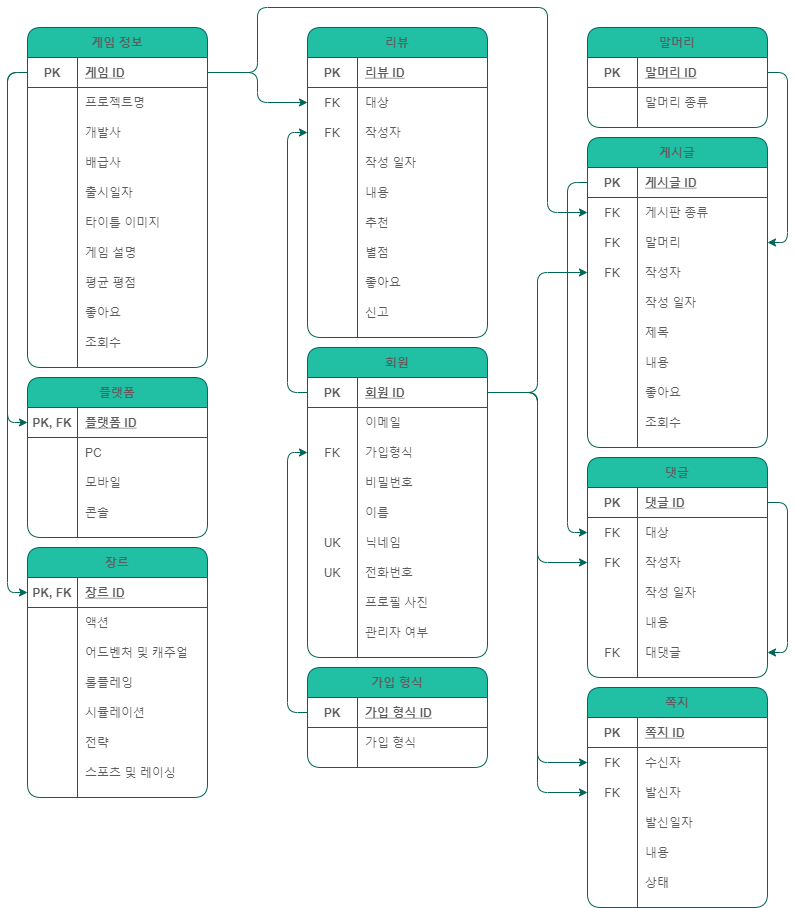
Earlier version of the draw.io export MIMIC-ERD.drawio.png (Bolgasaliee/SZ.SecondFinal-Database). Source tidied: cells renumbered, new cells last; positions are measured from the earlier drawing's top-left corner, leaving out a move shared by most shapes.
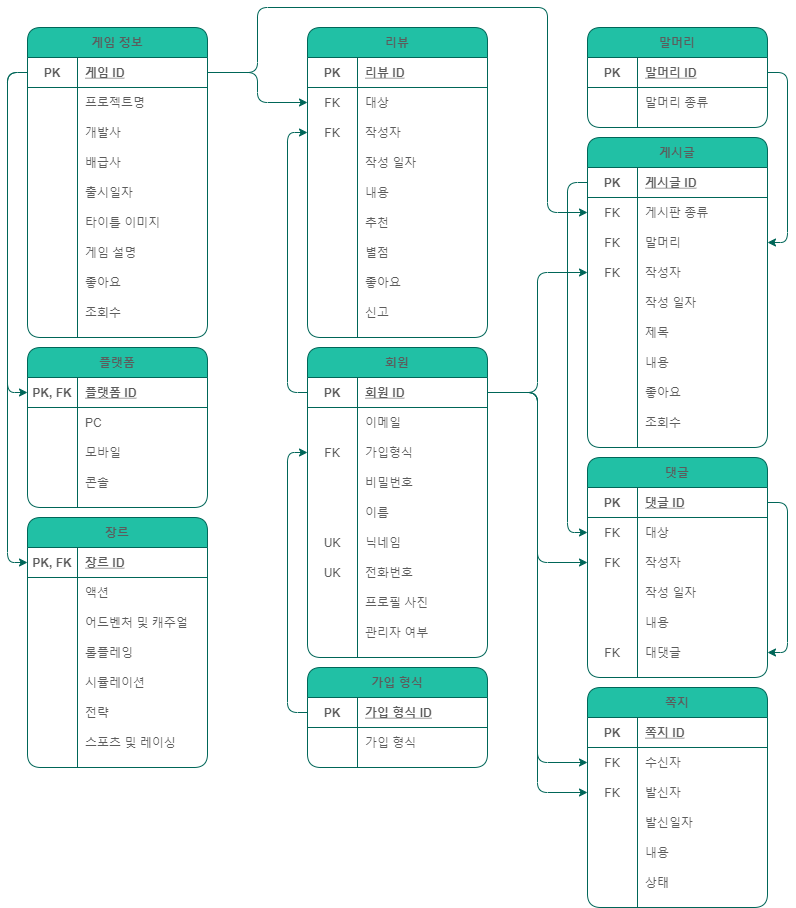
The same file after the commit.

Change to the diagram source:
```diff
@@ -288,7 +288,7 @@
       </mxGeometry>
     </mxCell>
     <mxCell id="95" value="플랫폼" style="shape=table;startSize=30;rowLines=0;fontStyle=1;align=center;fillColor=#21C0A5;strokeColor=#006658;fontColor=#5C5C5C;rounded=1;" parent="1" vertex="1">
-      <mxGeometry y="370" width="180" height="160" as="geometry" />
+      <mxGeometry y="340" width="180" height="160" as="geometry" />
     </mxCell>
     <mxCell id="96" style="shape=partialRectangle;fillColor=none;top=0;left=0;bottom=1;right=0;points=[[0,0.5],[1,0.5]];portConstraint=eastwest;strokeColor=#006658;fontColor=#5C5C5C;rounded=1;" parent="95" vertex="1">
       <mxGeometry y="30" width="180" height="30" as="geometry" />
@@ -411,7 +411,7 @@
       <mxGeometry x="50" width="130" height="30" as="geometry" />
     </mxCell>
     <mxCell id="136" value="장르" style="shape=table;startSize=30;rowLines=0;fontStyle=1;align=center;fillColor=#21C0A5;strokeColor=#006658;fontColor=#5C5C5C;rounded=1;" parent="1" vertex="1">
-      <mxGeometry y="540" width="180" height="250" as="geometry" />
+      <mxGeometry y="510" width="180" height="250" as="geometry" />
     </mxCell>
     <mxCell id="137" style="shape=partialRectangle;fillColor=none;top=0;left=0;bottom=1;right=0;points=[[0,0.5],[1,0.5]];portConstraint=eastwest;strokeColor=#006658;fontColor=#5C5C5C;rounded=1;" parent="136" vertex="1">
       <mxGeometry y="30" width="180" height="30" as="geometry" />
@@ -477,7 +477,7 @@
       <mxGeometry x="50" width="130" height="30" as="geometry" />
     </mxCell>
     <mxCell id="158" value="게임 정보" style="shape=table;startSize=30;rowLines=0;fontStyle=1;align=center;fillColor=#21C0A5;strokeColor=#006658;fontColor=#5C5C5C;rounded=1;" parent="1" vertex="1">
-      <mxGeometry y="20" width="180" height="340" as="geometry" />
+      <mxGeometry y="20" width="180" height="310" as="geometry" />
     </mxCell>
     <mxCell id="159" style="shape=partialRectangle;fillColor=none;top=0;left=0;bottom=1;right=0;points=[[0,0.5],[1,0.5]];portConstraint=eastwest;strokeColor=#006658;fontColor=#5C5C5C;rounded=1;" parent="158" vertex="1">
       <mxGeometry y="30" width="180" height="30" as="geometry" />
@@ -542,17 +542,8 @@
     <mxCell id="179" value="게임 설명" style="shape=partialRectangle;fillColor=none;top=0;left=0;bottom=0;right=0;align=left;spacingLeft=6;overflow=hidden;strokeColor=#006658;fontColor=#5C5C5C;rounded=1;" parent="177" vertex="1">
       <mxGeometry x="50" width="130" height="30" as="geometry" />
     </mxCell>
-    <mxCell id="180" style="shape=partialRectangle;fillColor=none;top=0;left=0;bottom=0;right=0;strokeColor=#006658;fontColor=#5C5C5C;rounded=1;" parent="158" vertex="1">
-      <mxGeometry y="240" width="180" height="30" as="geometry" />
-    </mxCell>
-    <mxCell id="181" style="shape=partialRectangle;fillColor=none;top=0;left=0;bottom=0;right=0;overflow=hidden;strokeColor=#006658;fontColor=#5C5C5C;rounded=1;" parent="180" vertex="1">
-      <mxGeometry width="50" height="30" as="geometry" />
-    </mxCell>
-    <mxCell id="182" value="평균 평점" style="shape=partialRectangle;fillColor=none;top=0;left=0;bottom=0;right=0;align=left;spacingLeft=6;overflow=hidden;strokeColor=#006658;fontColor=#5C5C5C;rounded=1;" parent="180" vertex="1">
-      <mxGeometry x="50" width="130" height="30" as="geometry" />
-    </mxCell>
     <mxCell id="183" style="shape=partialRectangle;fillColor=none;top=0;left=0;bottom=0;right=0;strokeColor=#006658;fontColor=#5C5C5C;rounded=1;" parent="158" vertex="1">
-      <mxGeometry y="270" width="180" height="30" as="geometry" />
+      <mxGeometry y="240" width="180" height="30" as="geometry" />
     </mxCell>
     <mxCell id="184" style="shape=partialRectangle;fillColor=none;top=0;left=0;bottom=0;right=0;overflow=hidden;strokeColor=#006658;fontColor=#5C5C5C;rounded=1;" parent="183" vertex="1">
       <mxGeometry width="50" height="30" as="geometry" />
@@ -561,7 +552,7 @@
       <mxGeometry x="50" width="130" height="30" as="geometry" />
     </mxCell>
     <mxCell id="186" style="shape=partialRectangle;fillColor=none;top=0;left=0;bottom=0;right=0;strokeColor=#006658;fontColor=#5C5C5C;rounded=1;" parent="158" vertex="1">
-      <mxGeometry y="300" width="180" height="30" as="geometry" />
+      <mxGeometry y="270" width="180" height="30" as="geometry" />
     </mxCell>
     <mxCell id="187" style="shape=partialRectangle;fillColor=none;top=0;left=0;bottom=0;right=0;overflow=hidden;strokeColor=#006658;fontColor=#5C5C5C;rounded=1;" parent="186" vertex="1">
       <mxGeometry width="50" height="30" as="geometry" />
```
